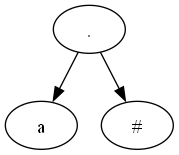
Above: AAImageTree/Tree1.gv.png in Gerax5/COM-LB1 (Graphviz), before the change. Its source is kept beside it as AAImageTree/Tree1.gv. Source of this version:
```dot
digraph "AAImageTree/Tree1" {
	A0 [label="."]
	A1 [label=a]
	A2 [label="#"]
	A0 -> A1
	A0 -> A2
}
```
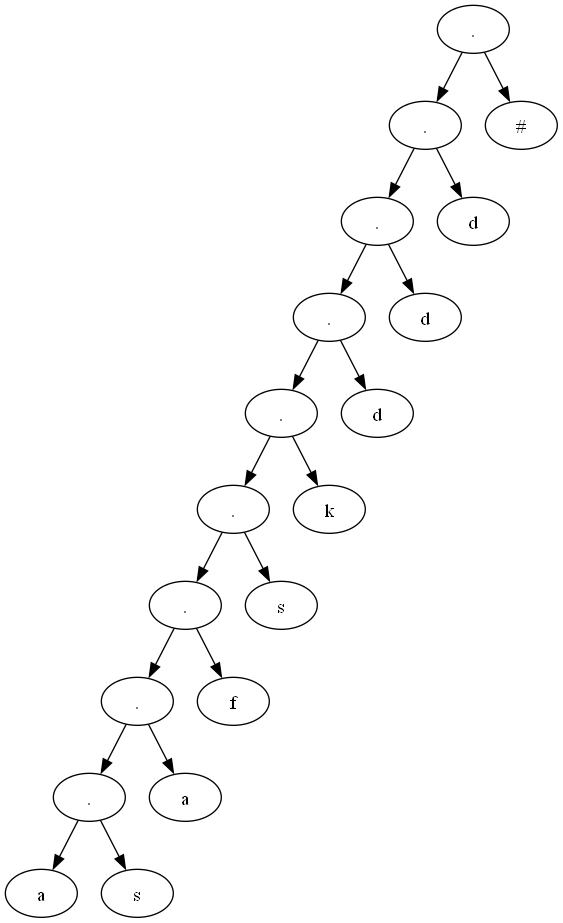
The same file after the commit.

The edit, as a diff of the source:
```diff
@@ -1,7 +1,39 @@
 digraph "AAImageTree/Tree1" {
 	A0 [label="."]
-	A1 [label=a]
-	A2 [label="#"]
+	A1 [label="."]
+	A2 [label="."]
+	A3 [label="."]
+	A4 [label="."]
+	A5 [label="."]
+	A6 [label="."]
+	A7 [label="."]
+	A8 [label="."]
+	A9 [label=a]
+	A10 [label=s]
+	A11 [label=a]
+	A12 [label=f]
+	A13 [label=s]
+	A14 [label=k]
+	A15 [label=d]
+	A16 [label=d]
+	A17 [label=d]
+	A18 [label="#"]
+	A8 -> A9
+	A8 -> A10
+	A7 -> A8
+	A7 -> A11
+	A6 -> A7
+	A6 -> A12
+	A5 -> A6
+	A5 -> A13
+	A4 -> A5
+	A4 -> A14
+	A3 -> A4
+	A3 -> A15
+	A2 -> A3
+	A2 -> A16
+	A1 -> A2
+	A1 -> A17
 	A0 -> A1
-	A0 -> A2
+	A0 -> A18
 }
```
